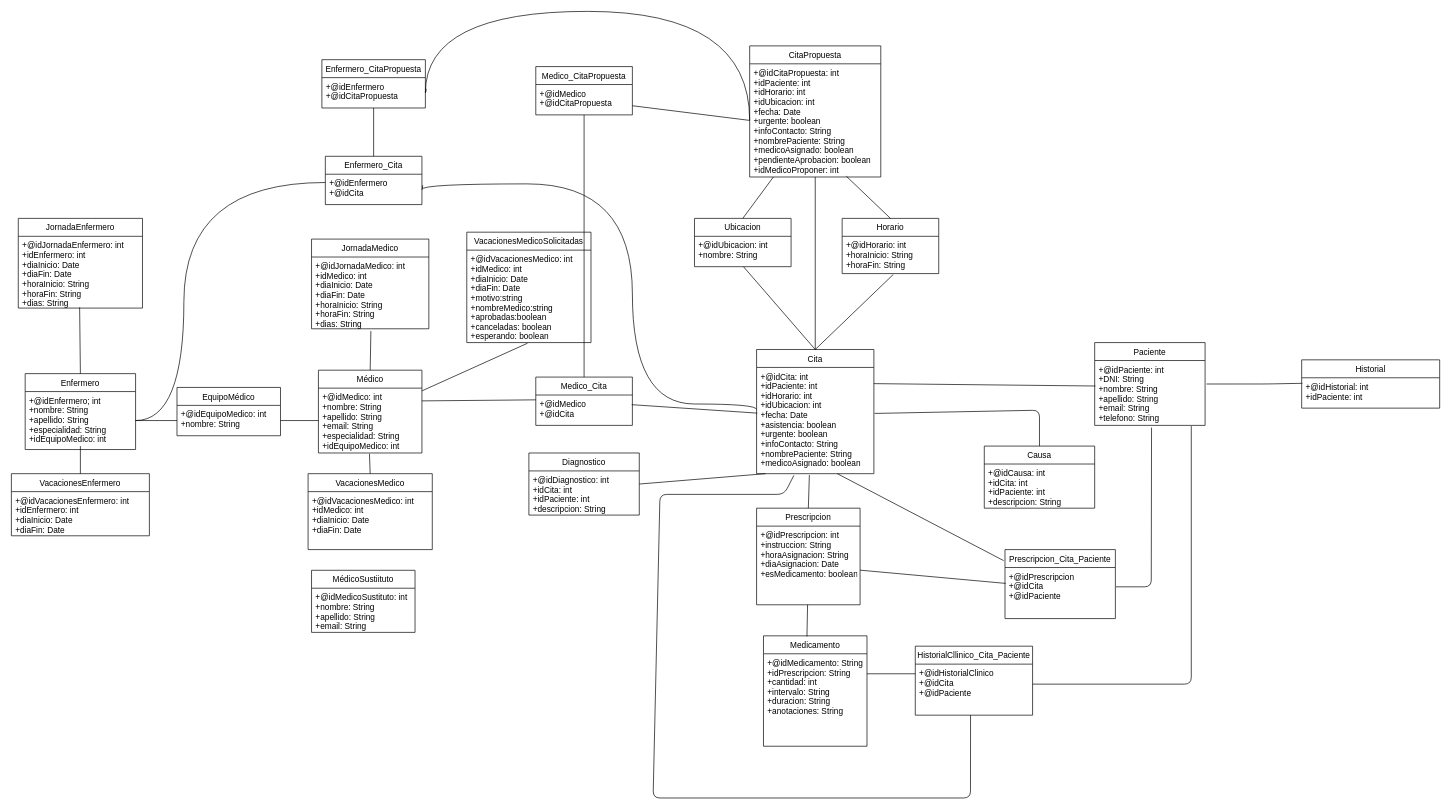
Above: BBDD/diseño/DiagramaIPS.G IPS.drawio in nicomencia/IPS21_L33 (draw.io), before the change. Source tidied: cells renumbered, new cells numbered last; positions are measured from the earlier drawing's top-left corner, leaving out a move shared by most shapes. Both pictures are drawn from the tidied source at 69%, with x=0, y=0 at pixel (11, 11).
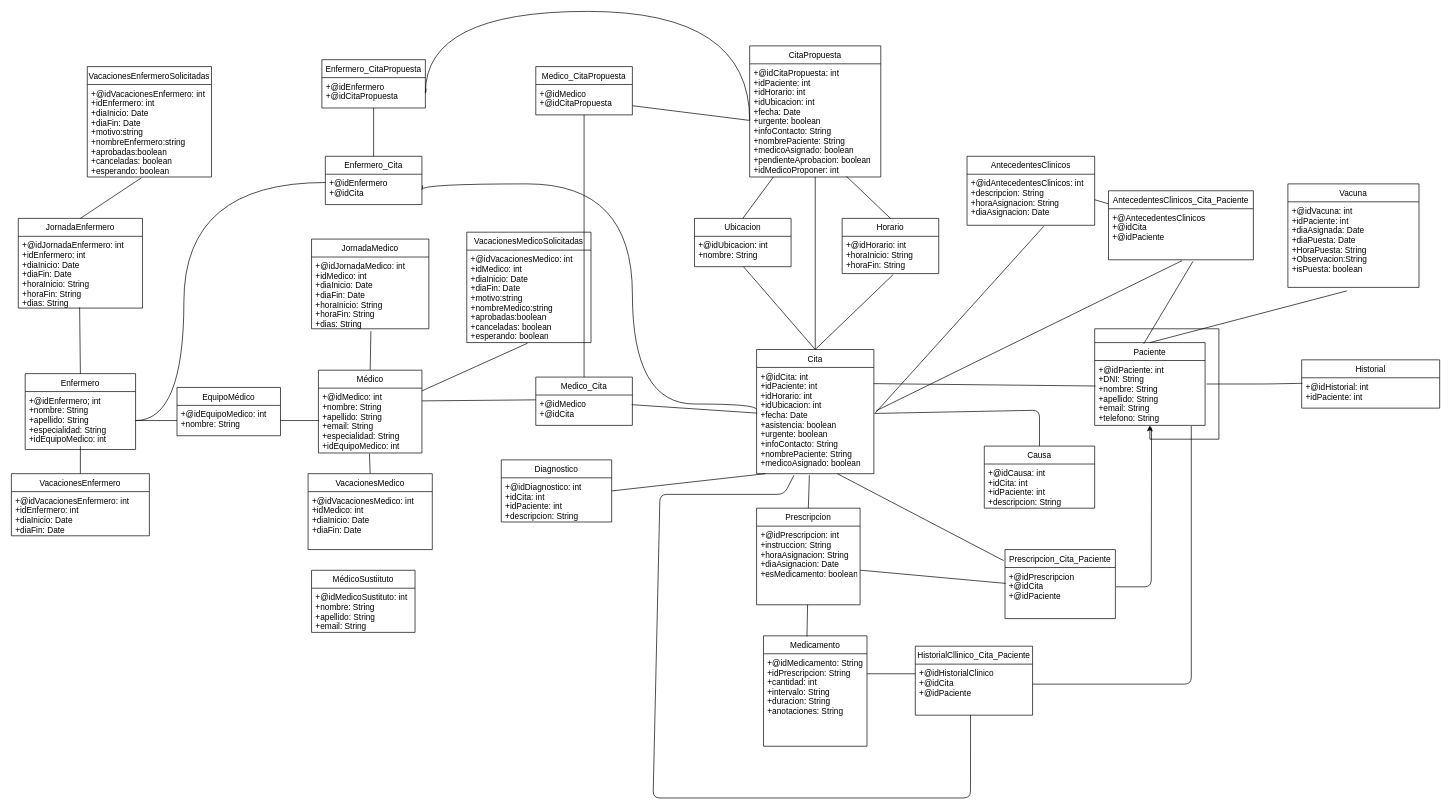
After the change.

The change refers to these unchanged cells:
```xml
<mxCell id="18" value="JornadaEnfermero" style="swimlane;fontStyle=0;horizontal=1;startSize=26;fillColor=none;" parent="1" vertex="1">
  <mxGeometry x="10" y="300" width="180" height="130" as="geometry" />
</mxCell>
<mxCell id="31" value="+@idCita: int&#10;+idPaciente: int&#10;+idHorario: int&#10;+idUbicacion: int&#10;+fecha: Date&#10;+asistencia: boolean&#10;+urgente: boolean&#10;+infoContacto: String&#10;+nombrePaciente: String&#10;+medicoAsignado: boolean" style="text;strokeColor=none;fillColor=none;align=left;verticalAlign=top;spacingLeft=4;spacingRight=4;overflow=hidden;points=[[0,0.5],[1,0.5]];portConstraint=eastwest;" parent="30" vertex="1">
  <mxGeometry y="26" width="170" height="154" as="geometry" />
</mxCell>
<mxCell id="34" value="Paciente" style="swimlane;fontStyle=0;horizontal=1;startSize=26;fillColor=none;" parent="1" vertex="1">
  <mxGeometry x="1570" y="480" width="160" height="120" as="geometry" />
</mxCell>
```

What changed in the source:
```diff
@@
     <mxCell id="39" value="Diagnostico" style="swimlane;fontStyle=0;horizontal=1;startSize=26;fillColor=none;" parent="1" vertex="1">
-      <mxGeometry x="750" y="640" width="160" height="90" as="geometry" />
+      <mxGeometry x="710" y="650" width="160" height="90" as="geometry" />
     </mxCell>
@@
+    <mxCell id="86" value="VacacionesEnfermeroSolicitadas" style="swimlane;fontStyle=0;horizontal=1;startSize=26;fillColor=none;" parent="1" vertex="1">
+      <mxGeometry x="110" y="80" width="180" height="160" as="geometry" />
+    </mxCell>
+    <mxCell id="87" value="+@idVacacionesEnfermero: int&#10;+idEnfermero: int&#10;+diaInicio: Date&#10;+diaFin: Date&#10;+motivo:string&#10;+nombreEnfermero:string&#10;+aprobadas:boolean&#10;+canceladas: boolean&#10;+esperando: boolean" style="text;strokeColor=none;fillColor=none;align=left;verticalAlign=top;spacingLeft=4;spacingRight=4;overflow=hidden;points=[[0,0.5],[1,0.5]];portConstraint=eastwest;" parent="86" vertex="1">
+      <mxGeometry y="26" width="180" height="134" as="geometry" />
+    </mxCell>
+    <mxCell id="88" style="endArrow=none;html=1;entryX=0.436;entryY=1.009;entryDx=0;entryDy=0;entryPerimeter=0;exitX=0.5;exitY=0;exitDx=0;exitDy=0;" parent="1" edge="1" source="18" target="87">
+      <mxGeometry relative="1" as="geometry" />
+    </mxCell>
+    <mxCell id="89" value="Vacuna" style="swimlane;fontStyle=0;horizontal=1;startSize=26;fillColor=none;" parent="1" vertex="1">
+      <mxGeometry x="1850" y="250" width="190" height="150" as="geometry" />
+    </mxCell>
+    <mxCell id="90" value="+@idVacuna: int&#10;+idPaciente: int&#10;+diaAsignada: Date&#10;+diaPuesta: Date&#10;+HoraPuesta: String&#10;+Observacion:String&#10;+isPuesta: boolean" style="text;strokeColor=none;fillColor=none;align=left;verticalAlign=top;spacingLeft=4;spacingRight=4;overflow=hidden;points=[[0,0.5],[1,0.5]];portConstraint=eastwest;" parent="89" vertex="1">
+      <mxGeometry y="26" width="190" height="124" as="geometry" />
+    </mxCell>
+    <mxCell id="91" style="endArrow=none;html=1;entryX=0.45;entryY=1.041;entryDx=0;entryDy=0;entryPerimeter=0;exitX=0.5;exitY=0;exitDx=0;exitDy=0;" parent="1" edge="1" source="34" target="90">
+      <mxGeometry relative="1" as="geometry" />
+    </mxCell>
+    <mxCell id="92" value="AntecedentesClinicos" style="swimlane;fontStyle=0;horizontal=1;startSize=26;fillColor=none;" parent="1" vertex="1">
+      <mxGeometry x="1385" y="210" width="185" height="100" as="geometry" />
+    </mxCell>
+    <mxCell id="93" value="+@idAntecedentesClinicos: int&#10;+descripcion: String&#10;+horaAsignacion: String&#10;+diaAsignacion: Date&#10;&#10;" style="text;strokeColor=none;fillColor=none;align=left;verticalAlign=top;spacingLeft=4;spacingRight=4;overflow=hidden;points=[[0,0.5],[1,0.5]];portConstraint=eastwest;" parent="92" vertex="1">
+      <mxGeometry y="26" width="185" height="74" as="geometry" />
+    </mxCell>
+    <mxCell id="94" value="AntecedentesClinicos_Cita_Paciente" style="swimlane;fontStyle=0;horizontal=1;startSize=26;fillColor=none;" parent="1" vertex="1">
+      <mxGeometry x="1590" y="260" width="210" height="100" as="geometry" />
+    </mxCell>
+    <mxCell id="95" value="+@AntecedentesClinicos&#10;+@idCita&#10;+@idPaciente" style="text;strokeColor=none;fillColor=none;align=left;verticalAlign=top;spacingLeft=4;spacingRight=4;overflow=hidden;points=[[0,0.5],[1,0.5]];portConstraint=eastwest;" parent="94" vertex="1">
+      <mxGeometry y="26" width="210" height="74" as="geometry" />
+    </mxCell>
+    <mxCell id="96" style="edgeStyle=orthogonalEdgeStyle;rounded=0;orthogonalLoop=1;jettySize=auto;html=1;exitX=0;exitY=0;exitDx=0;exitDy=0;" parent="1" edge="1" source="34" target="34">
+      <mxGeometry relative="1" as="geometry" />
+    </mxCell>
+    <mxCell id="97" style="endArrow=none;html=1;entryX=1;entryY=0.5;entryDx=0;entryDy=0;" parent="1" edge="1" source="94" target="93">
+      <mxGeometry relative="1" as="geometry" />
+    </mxCell>
+    <mxCell id="98" style="endArrow=none;html=1;entryX=0.583;entryY=1.031;entryDx=0;entryDy=0;entryPerimeter=0;exitX=0.444;exitY=0.015;exitDx=0;exitDy=0;exitPerimeter=0;" parent="1" edge="1" source="34" target="95">
+      <mxGeometry relative="1" as="geometry" />
+    </mxCell>
+    <mxCell id="99" style="endArrow=none;html=1;exitX=1.02;exitY=0.408;exitDx=0;exitDy=0;exitPerimeter=0;entryX=0.507;entryY=1.018;entryDx=0;entryDy=0;entryPerimeter=0;" parent="1" edge="1" source="31" target="95">
+      <mxGeometry relative="1" as="geometry" />
+    </mxCell>
+    <mxCell id="100" style="endArrow=none;html=1;entryX=0.601;entryY=1.02;entryDx=0;entryDy=0;entryPerimeter=0;exitX=1.009;exitY=0.432;exitDx=0;exitDy=0;exitPerimeter=0;" parent="1" edge="1" source="31" target="93">
+      <mxGeometry relative="1" as="geometry" />
+    </mxCell>
```
